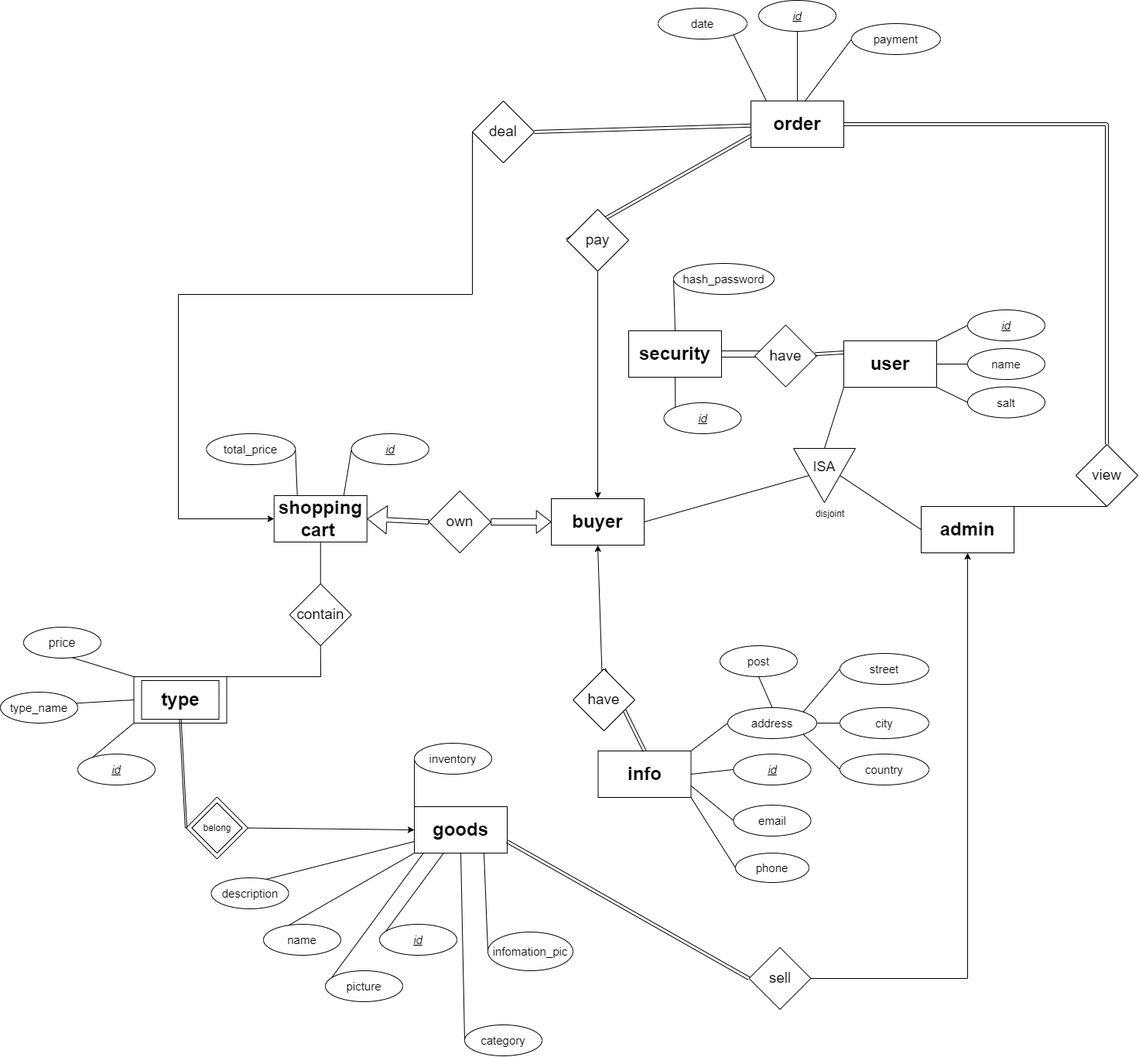
The draw.io diagram design/ER1.png in open17/DBMS, before a commit. Source tidied: cells renumbered, new cells last; positions are measured from the earlier drawing's top-left corner, leaving out a move shared by most shapes.
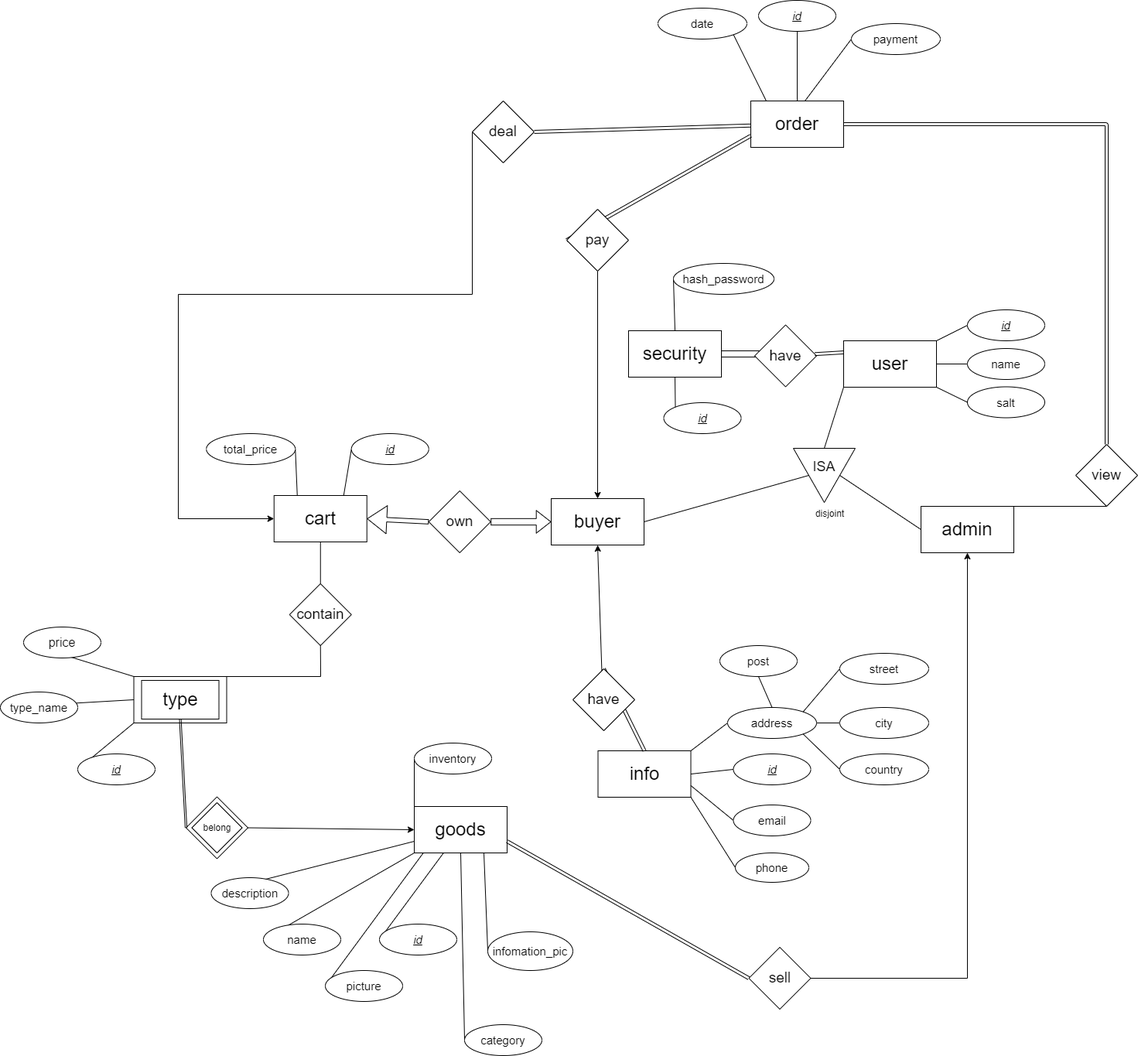
Later version of the same file.

Commit message:
chore: 调整ER图字体大小

Change to the diagram source:
```diff
@@ -11,19 +11,19 @@
     <mxCell id="4" style="edgeStyle=none;rounded=0;jettySize=auto;html=1;exitX=0;exitY=1;exitDx=0;exitDy=0;entryX=0;entryY=0.5;entryDx=0;entryDy=0;endArrow=none;endFill=0;" parent="1" edge="1" source="5" target="55">
       <mxGeometry relative="1" as="geometry" />
     </mxCell>
-    <mxCell id="5" value="&lt;h1&gt;user&lt;/h1&gt;" style="rounded=0;whiteSpace=wrap;html=1;" parent="1" vertex="1">
+    <mxCell id="5" value="&lt;h1&gt;&lt;span style=&quot;font-weight: normal;&quot;&gt;user&lt;/span&gt;&lt;/h1&gt;" style="rounded=0;whiteSpace=wrap;html=1;" parent="1" vertex="1">
       <mxGeometry x="1090" y="440" width="120" height="60" as="geometry" />
     </mxCell>
-    <mxCell id="6" value="&lt;h1&gt;goods&lt;/h1&gt;" style="rounded=0;whiteSpace=wrap;html=1;" parent="1" vertex="1">
+    <mxCell id="6" value="&lt;h1&gt;&lt;span style=&quot;font-weight: normal;&quot;&gt;goods&lt;/span&gt;&lt;/h1&gt;" style="rounded=0;whiteSpace=wrap;html=1;" parent="1" vertex="1">
       <mxGeometry x="535" y="1042" width="120" height="60" as="geometry" />
     </mxCell>
-    <mxCell id="7" value="&lt;h1&gt;order&lt;/h1&gt;" style="rounded=0;whiteSpace=wrap;html=1;" parent="1" vertex="1">
+    <mxCell id="7" value="&lt;h1&gt;&lt;span style=&quot;font-weight: normal;&quot;&gt;order&lt;/span&gt;&lt;/h1&gt;" style="rounded=0;whiteSpace=wrap;html=1;" parent="1" vertex="1">
       <mxGeometry x="970" y="130" width="120" height="60" as="geometry" />
     </mxCell>
-    <mxCell id="8" value="&lt;h1&gt;info&lt;/h1&gt;" style="rounded=0;whiteSpace=wrap;html=1;" parent="1" vertex="1">
+    <mxCell id="8" value="&lt;h1&gt;&lt;span style=&quot;font-weight: normal;&quot;&gt;info&lt;/span&gt;&lt;/h1&gt;" style="rounded=0;whiteSpace=wrap;html=1;" parent="1" vertex="1">
       <mxGeometry x="772.5" y="970" width="120" height="60" as="geometry" />
     </mxCell>
-    <mxCell id="9" value="&lt;h1&gt;buyer&lt;br&gt;&lt;/h1&gt;" style="rounded=0;whiteSpace=wrap;html=1;" parent="1" vertex="1">
+    <mxCell id="9" value="&lt;h1&gt;&lt;span style=&quot;font-weight: normal;&quot;&gt;buyer&lt;/span&gt;&lt;br&gt;&lt;/h1&gt;" style="rounded=0;whiteSpace=wrap;html=1;" parent="1" vertex="1">
       <mxGeometry x="712" y="644" width="120" height="60" as="geometry" />
     </mxCell>
     <mxCell id="10" value="&lt;font style=&quot;font-size: 15px;&quot;&gt;&lt;i&gt;&lt;u&gt;id&lt;/u&gt;&lt;/i&gt;&lt;/font&gt;" style="ellipse;whiteSpace=wrap;html=1;" parent="1" vertex="1">
@@ -158,7 +158,7 @@
         <mxPoint x="413.6" y="640" as="targetPoint" />
       </mxGeometry>
     </mxCell>
-    <mxCell id="50" value="&lt;h1&gt;admin&lt;br&gt;&lt;/h1&gt;" style="rounded=0;whiteSpace=wrap;html=1;" parent="1" vertex="1">
+    <mxCell id="50" value="&lt;h1&gt;&lt;span style=&quot;font-weight: normal;&quot;&gt;admin&lt;/span&gt;&lt;br&gt;&lt;/h1&gt;" style="rounded=0;whiteSpace=wrap;html=1;" parent="1" vertex="1">
       <mxGeometry x="1190" y="654" width="120" height="60" as="geometry" />
     </mxCell>
     <mxCell id="51" style="rounded=0;jettySize=auto;html=1;entryX=0;entryY=0.5;entryDx=0;entryDy=0;endArrow=none;endFill=0;exitX=0.75;exitY=1;exitDx=0;exitDy=0;" parent="1" edge="1" source="6" target="52">
@@ -210,7 +210,7 @@
     <mxCell id="63" value="&lt;font style=&quot;font-size: 19px;&quot;&gt;deal&lt;br&gt;&lt;/font&gt;" style="rhombus;whiteSpace=wrap;html=1;" parent="1" vertex="1">
       <mxGeometry x="610" y="130" width="80" height="80" as="geometry" />
     </mxCell>
-    <mxCell id="64" value="&lt;h1&gt;shopping cart&amp;nbsp;&lt;br&gt;&lt;/h1&gt;" style="rounded=0;whiteSpace=wrap;html=1;" parent="1" vertex="1">
+    <mxCell id="64" value="&lt;h1&gt;&lt;font style=&quot;font-size: 24px; font-weight: normal;&quot;&gt;&lt;font style=&quot;&quot;&gt;&amp;nbsp;c&lt;/font&gt;art&amp;nbsp;&lt;/font&gt;&lt;/h1&gt;" style="rounded=0;whiteSpace=wrap;html=1;" parent="1" vertex="1">
       <mxGeometry x="353.8" y="640" width="120" height="60" as="geometry" />
     </mxCell>
     <mxCell id="65" style="edgeStyle=none;rounded=0;jettySize=auto;html=1;exitX=0;exitY=0.5;exitDx=0;exitDy=0;shape=link;entryX=0;entryY=0.75;entryDx=0;entryDy=0;" parent="1" edge="1" source="67" target="7">
@@ -263,7 +263,7 @@
     <mxCell id="80" value="&lt;font style=&quot;font-size: 15px;&quot;&gt;salt&lt;/font&gt;" style="ellipse;whiteSpace=wrap;html=1;" parent="1" vertex="1">
       <mxGeometry x="1250" y="499.5" width="100" height="40" as="geometry" />
     </mxCell>
-    <mxCell id="81" value="&lt;h1&gt;security&lt;/h1&gt;" style="rounded=0;whiteSpace=wrap;html=1;" parent="1" vertex="1">
+    <mxCell id="81" value="&lt;h1&gt;&lt;span style=&quot;font-weight: normal;&quot;&gt;security&lt;/span&gt;&lt;/h1&gt;" style="rounded=0;whiteSpace=wrap;html=1;" parent="1" vertex="1">
       <mxGeometry x="812" y="427" width="120" height="60" as="geometry" />
     </mxCell>
     <mxCell id="82" style="edgeStyle=none;rounded=0;jettySize=auto;html=1;exitX=0;exitY=0.5;exitDx=0;exitDy=0;endArrow=none;endFill=0;shape=link;width=-8;entryX=1;entryY=0.5;entryDx=0;entryDy=0;" parent="1" edge="1" target="81">
@@ -292,7 +292,7 @@
     <mxCell id="89" value="&lt;h1&gt;goods&lt;/h1&gt;" style="rounded=0;whiteSpace=wrap;html=1;" parent="1" vertex="1">
       <mxGeometry x="172.5" y="874" width="120" height="60" as="geometry" />
     </mxCell>
-    <mxCell id="90" value="&lt;h1&gt;type&lt;/h1&gt;" style="rounded=0;whiteSpace=wrap;html=1;" parent="1" vertex="1">
+    <mxCell id="90" value="&lt;h1&gt;&lt;span style=&quot;font-weight: normal;&quot;&gt;type&lt;/span&gt;&lt;/h1&gt;" style="rounded=0;whiteSpace=wrap;html=1;" parent="1" vertex="1">
       <mxGeometry x="182.5" y="879" width="100" height="50" as="geometry" />
     </mxCell>
     <mxCell id="91" style="edgeStyle=none;rounded=0;jettySize=auto;html=1;exitX=1;exitY=0.5;exitDx=0;exitDy=0;entryX=0;entryY=0.5;entryDx=0;entryDy=0;" parent="1" edge="1" source="87" target="6">
```
